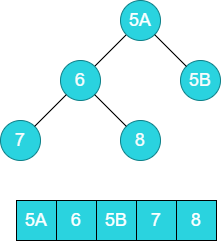
The draw.io diagram blog/datastructure_algorithm/heapsort-stable/heapsort-stable1.png in zgjsxx/static-img-repo, before a commit. Source tidied: cells renumbered, new cells last; positions are measured from the earlier drawing's top-left corner, leaving out a move shared by most shapes. Its diagram source:
```xml
<mxGraphModel>
  <root>
    <mxCell id="0" />
    <mxCell id="1" parent="0" />
    <mxCell id="2" style="rounded=0;jettySize=auto;html=1;exitX=0;exitY=1;exitDx=0;exitDy=0;entryX=1;entryY=0;entryDx=0;entryDy=0;endArrow=none;endFill=0;fillColor=#b0e3e6;strokeColor=#000000;fontColor=#fcfcfc;" parent="1" edge="1" source="3" target="4">
      <mxGeometry relative="1" as="geometry" />
    </mxCell>
    <mxCell id="3" value="&lt;font style=&quot;font-size: 18px;&quot;&gt;5A&lt;/font&gt;" style="ellipse;whiteSpace=wrap;html=1;fillColor=#2ad3df;strokeColor=#0e8088;fontColor=#ffffff;" parent="1" vertex="1">
      <mxGeometry x="120" width="40" height="40" as="geometry" />
    </mxCell>
    <mxCell id="4" value="&lt;font style=&quot;font-size: 18px;&quot;&gt;6&lt;/font&gt;" style="ellipse;whiteSpace=wrap;html=1;fillColor=#2AD3DF;strokeColor=#0e8088;fontColor=#fcfcfc;" parent="1" vertex="1">
      <mxGeometry x="60" y="60" width="40" height="40" as="geometry" />
    </mxCell>
    <mxCell id="5" value="&lt;font style=&quot;font-size: 18px;&quot;&gt;5B&lt;/font&gt;" style="ellipse;whiteSpace=wrap;html=1;fillColor=#2AD3DF;strokeColor=#0e8088;fontColor=#fcfcfc;" parent="1" vertex="1">
      <mxGeometry x="180" y="60" width="40" height="40" as="geometry" />
    </mxCell>
    <mxCell id="6" value="&lt;font style=&quot;font-size: 18px;&quot;&gt;7&lt;/font&gt;" style="ellipse;whiteSpace=wrap;html=1;fillColor=#2AD3DF;strokeColor=#0e8088;fontColor=#fcfcfc;" parent="1" vertex="1">
      <mxGeometry y="120" width="40" height="40" as="geometry" />
    </mxCell>
    <mxCell id="7" value="&lt;font style=&quot;font-size: 18px;&quot;&gt;8&lt;/font&gt;" style="ellipse;whiteSpace=wrap;html=1;fillColor=#2AD3DF;strokeColor=#0e8088;fontColor=#fcfcfc;" parent="1" vertex="1">
      <mxGeometry x="120" y="120" width="40" height="40" as="geometry" />
    </mxCell>
    <mxCell id="8" style="rounded=0;jettySize=auto;html=1;exitX=1;exitY=1;exitDx=0;exitDy=0;endArrow=none;endFill=0;fillColor=#b0e3e6;strokeColor=#000000;fontColor=#fcfcfc;" parent="1" edge="1" source="3">
      <mxGeometry relative="1" as="geometry">
        <mxPoint x="186" y="66" as="targetPoint" />
      </mxGeometry>
    </mxCell>
    <mxCell id="9" style="rounded=0;jettySize=auto;html=1;exitX=0;exitY=1;exitDx=0;exitDy=0;entryX=1;entryY=0;entryDx=0;entryDy=0;endArrow=none;endFill=0;fillColor=#b0e3e6;strokeColor=#000000;fontColor=#fcfcfc;" parent="1" edge="1" source="4" target="6">
      <mxGeometry relative="1" as="geometry" />
    </mxCell>
    <mxCell id="10" style="rounded=0;jettySize=auto;html=1;exitX=0;exitY=0;exitDx=0;exitDy=0;entryX=1;entryY=1;entryDx=0;entryDy=0;endArrow=none;endFill=0;fillColor=#b0e3e6;strokeColor=#000000;fontColor=#fcfcfc;" parent="1" edge="1" source="7" target="4">
      <mxGeometry relative="1" as="geometry" />
    </mxCell>
    <mxCell id="11" value="&lt;font style=&quot;font-size: 18px;&quot;&gt;5A&lt;/font&gt;" style="rounded=0;whiteSpace=wrap;html=1;fillColor=#2AD3DF;fontColor=#FFFFFF;" parent="1" vertex="1">
      <mxGeometry x="16" y="200" width="40" height="40" as="geometry" />
    </mxCell>
    <mxCell id="12" value="&lt;font style=&quot;font-size: 18px;&quot;&gt;6&lt;/font&gt;" style="rounded=0;whiteSpace=wrap;html=1;fillColor=#2AD3DF;fontColor=#FFFFFF;" parent="1" vertex="1">
      <mxGeometry x="56" y="200" width="40" height="40" as="geometry" />
    </mxCell>
    <mxCell id="13" value="&lt;font style=&quot;font-size: 18px;&quot;&gt;5B&lt;/font&gt;" style="rounded=0;whiteSpace=wrap;html=1;fillColor=#2AD3DF;fontColor=#FFFFFF;" parent="1" vertex="1">
      <mxGeometry x="96" y="200" width="40" height="40" as="geometry" />
    </mxCell>
    <mxCell id="14" value="&lt;font style=&quot;font-size: 18px;&quot;&gt;7&lt;/font&gt;" style="rounded=0;whiteSpace=wrap;html=1;fillColor=#2AD3DF;fontColor=#FFFFFF;" parent="1" vertex="1">
      <mxGeometry x="136" y="200" width="40" height="40" as="geometry" />
    </mxCell>
    <mxCell id="15" value="&lt;font style=&quot;font-size: 18px;&quot;&gt;8&lt;/font&gt;" style="rounded=0;whiteSpace=wrap;html=1;fillColor=#2AD3DF;fontColor=#FFFFFF;" parent="1" vertex="1">
      <mxGeometry x="176" y="200" width="40" height="40" as="geometry" />
    </mxCell>
  </root>
</mxGraphModel>
```
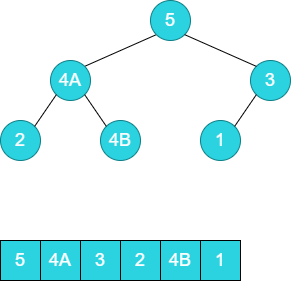
The same file after the commit.

What changed in the source:
```diff
@@ -5,25 +5,23 @@
     <mxCell id="2" style="rounded=0;jettySize=auto;html=1;exitX=0;exitY=1;exitDx=0;exitDy=0;entryX=1;entryY=0;entryDx=0;entryDy=0;endArrow=none;endFill=0;fillColor=#b0e3e6;strokeColor=#000000;fontColor=#fcfcfc;" parent="1" edge="1" source="3" target="4">
       <mxGeometry relative="1" as="geometry" />
     </mxCell>
-    <mxCell id="3" value="&lt;font style=&quot;font-size: 18px;&quot;&gt;5A&lt;/font&gt;" style="ellipse;whiteSpace=wrap;html=1;fillColor=#2ad3df;strokeColor=#0e8088;fontColor=#ffffff;" parent="1" vertex="1">
+    <mxCell id="3" value="&lt;font style=&quot;font-size: 18px;&quot;&gt;5&lt;/font&gt;" style="ellipse;whiteSpace=wrap;html=1;fillColor=#2ad3df;strokeColor=#0e8088;fontColor=#ffffff;" parent="1" vertex="1">
       <mxGeometry x="120" width="40" height="40" as="geometry" />
     </mxCell>
-    <mxCell id="4" value="&lt;font style=&quot;font-size: 18px;&quot;&gt;6&lt;/font&gt;" style="ellipse;whiteSpace=wrap;html=1;fillColor=#2AD3DF;strokeColor=#0e8088;fontColor=#fcfcfc;" parent="1" vertex="1">
-      <mxGeometry x="60" y="60" width="40" height="40" as="geometry" />
+    <mxCell id="4" value="&lt;font style=&quot;font-size: 18px;&quot;&gt;4A&lt;/font&gt;" style="ellipse;whiteSpace=wrap;html=1;fillColor=#2AD3DF;strokeColor=#0e8088;fontColor=#fcfcfc;" parent="1" vertex="1">
+      <mxGeometry x="20" y="60" width="40" height="40" as="geometry" />
     </mxCell>
-    <mxCell id="5" value="&lt;font style=&quot;font-size: 18px;&quot;&gt;5B&lt;/font&gt;" style="ellipse;whiteSpace=wrap;html=1;fillColor=#2AD3DF;strokeColor=#0e8088;fontColor=#fcfcfc;" parent="1" vertex="1">
-      <mxGeometry x="180" y="60" width="40" height="40" as="geometry" />
+    <mxCell id="5" value="&lt;font style=&quot;font-size: 18px;&quot;&gt;3&lt;/font&gt;" style="ellipse;whiteSpace=wrap;html=1;fillColor=#2AD3DF;strokeColor=#0e8088;fontColor=#fcfcfc;" parent="1" vertex="1">
+      <mxGeometry x="220" y="60" width="40" height="40" as="geometry" />
     </mxCell>
-    <mxCell id="6" value="&lt;font style=&quot;font-size: 18px;&quot;&gt;7&lt;/font&gt;" style="ellipse;whiteSpace=wrap;html=1;fillColor=#2AD3DF;strokeColor=#0e8088;fontColor=#fcfcfc;" parent="1" vertex="1">
-      <mxGeometry y="120" width="40" height="40" as="geometry" />
+    <mxCell id="6" value="&lt;font style=&quot;font-size: 18px;&quot;&gt;2&lt;/font&gt;" style="ellipse;whiteSpace=wrap;html=1;fillColor=#2AD3DF;strokeColor=#0e8088;fontColor=#fcfcfc;" parent="1" vertex="1">
+      <mxGeometry x="-30" y="120" width="40" height="40" as="geometry" />
     </mxCell>
-    <mxCell id="7" value="&lt;font style=&quot;font-size: 18px;&quot;&gt;8&lt;/font&gt;" style="ellipse;whiteSpace=wrap;html=1;fillColor=#2AD3DF;strokeColor=#0e8088;fontColor=#fcfcfc;" parent="1" vertex="1">
-      <mxGeometry x="120" y="120" width="40" height="40" as="geometry" />
+    <mxCell id="7" value="&lt;font style=&quot;font-size: 18px;&quot;&gt;4B&lt;/font&gt;" style="ellipse;whiteSpace=wrap;html=1;fillColor=#2AD3DF;strokeColor=#0e8088;fontColor=#fcfcfc;" parent="1" vertex="1">
+      <mxGeometry x="70" y="120" width="40" height="40" as="geometry" />
     </mxCell>
-    <mxCell id="8" style="rounded=0;jettySize=auto;html=1;exitX=1;exitY=1;exitDx=0;exitDy=0;endArrow=none;endFill=0;fillColor=#b0e3e6;strokeColor=#000000;fontColor=#fcfcfc;" parent="1" edge="1" source="3">
-      <mxGeometry relative="1" as="geometry">
-        <mxPoint x="186" y="66" as="targetPoint" />
-      </mxGeometry>
+    <mxCell id="8" style="rounded=0;jettySize=auto;html=1;exitX=1;exitY=1;exitDx=0;exitDy=0;endArrow=none;endFill=0;fillColor=#b0e3e6;strokeColor=#000000;fontColor=#fcfcfc;entryX=0;entryY=0;entryDx=0;entryDy=0;" parent="1" edge="1" source="3" target="5">
+      <mxGeometry relative="1" as="geometry" />
     </mxCell>
     <mxCell id="9" style="rounded=0;jettySize=auto;html=1;exitX=0;exitY=1;exitDx=0;exitDy=0;entryX=1;entryY=0;entryDx=0;entryDy=0;endArrow=none;endFill=0;fillColor=#b0e3e6;strokeColor=#000000;fontColor=#fcfcfc;" parent="1" edge="1" source="4" target="6">
       <mxGeometry relative="1" as="geometry" />
@@ -31,20 +29,29 @@
     <mxCell id="10" style="rounded=0;jettySize=auto;html=1;exitX=0;exitY=0;exitDx=0;exitDy=0;entryX=1;entryY=1;entryDx=0;entryDy=0;endArrow=none;endFill=0;fillColor=#b0e3e6;strokeColor=#000000;fontColor=#fcfcfc;" parent="1" edge="1" source="7" target="4">
       <mxGeometry relative="1" as="geometry" />
     </mxCell>
-    <mxCell id="11" value="&lt;font style=&quot;font-size: 18px;&quot;&gt;5A&lt;/font&gt;" style="rounded=0;whiteSpace=wrap;html=1;fillColor=#2AD3DF;fontColor=#FFFFFF;" parent="1" vertex="1">
-      <mxGeometry x="16" y="200" width="40" height="40" as="geometry" />
+    <mxCell id="11" value="&lt;font style=&quot;font-size: 18px;&quot;&gt;5&lt;/font&gt;" style="rounded=0;whiteSpace=wrap;html=1;fillColor=#2AD3DF;fontColor=#FFFFFF;" parent="1" vertex="1">
+      <mxGeometry x="-30" y="240" width="40" height="40" as="geometry" />
     </mxCell>
-    <mxCell id="12" value="&lt;font style=&quot;font-size: 18px;&quot;&gt;6&lt;/font&gt;" style="rounded=0;whiteSpace=wrap;html=1;fillColor=#2AD3DF;fontColor=#FFFFFF;" parent="1" vertex="1">
-      <mxGeometry x="56" y="200" width="40" height="40" as="geometry" />
+    <mxCell id="12" value="&lt;font style=&quot;font-size: 18px;&quot;&gt;4A&lt;/font&gt;" style="rounded=0;whiteSpace=wrap;html=1;fillColor=#2AD3DF;fontColor=#FFFFFF;" parent="1" vertex="1">
+      <mxGeometry x="10" y="240" width="40" height="40" as="geometry" />
     </mxCell>
-    <mxCell id="13" value="&lt;font style=&quot;font-size: 18px;&quot;&gt;5B&lt;/font&gt;" style="rounded=0;whiteSpace=wrap;html=1;fillColor=#2AD3DF;fontColor=#FFFFFF;" parent="1" vertex="1">
-      <mxGeometry x="96" y="200" width="40" height="40" as="geometry" />
+    <mxCell id="13" value="&lt;font style=&quot;font-size: 18px;&quot;&gt;3&lt;/font&gt;" style="rounded=0;whiteSpace=wrap;html=1;fillColor=#2AD3DF;fontColor=#FFFFFF;" parent="1" vertex="1">
+      <mxGeometry x="50" y="240" width="40" height="40" as="geometry" />
     </mxCell>
-    <mxCell id="14" value="&lt;font style=&quot;font-size: 18px;&quot;&gt;7&lt;/font&gt;" style="rounded=0;whiteSpace=wrap;html=1;fillColor=#2AD3DF;fontColor=#FFFFFF;" parent="1" vertex="1">
-      <mxGeometry x="136" y="200" width="40" height="40" as="geometry" />
+    <mxCell id="14" value="&lt;font style=&quot;font-size: 18px;&quot;&gt;2&lt;/font&gt;" style="rounded=0;whiteSpace=wrap;html=1;fillColor=#2AD3DF;fontColor=#FFFFFF;" parent="1" vertex="1">
+      <mxGeometry x="90" y="240" width="40" height="40" as="geometry" />
     </mxCell>
-    <mxCell id="15" value="&lt;font style=&quot;font-size: 18px;&quot;&gt;8&lt;/font&gt;" style="rounded=0;whiteSpace=wrap;html=1;fillColor=#2AD3DF;fontColor=#FFFFFF;" parent="1" vertex="1">
-      <mxGeometry x="176" y="200" width="40" height="40" as="geometry" />
+    <mxCell id="15" value="&lt;font style=&quot;font-size: 18px;&quot;&gt;4B&lt;/font&gt;" style="rounded=0;whiteSpace=wrap;html=1;fillColor=#2AD3DF;fontColor=#FFFFFF;" parent="1" vertex="1">
+      <mxGeometry x="130" y="240" width="40" height="40" as="geometry" />
     </mxCell>
+    <mxCell id="16" value="&lt;font style=&quot;font-size: 18px;&quot;&gt;1&lt;/font&gt;" style="ellipse;whiteSpace=wrap;html=1;fillColor=#2AD3DF;strokeColor=#0e8088;fontColor=#fcfcfc;" parent="1" vertex="1">
+      <mxGeometry x="170" y="120" width="40" height="40" as="geometry" />
+    </mxCell>
+    <mxCell id="17" style="rounded=0;jettySize=auto;html=1;exitX=1;exitY=0;exitDx=0;exitDy=0;entryX=0;entryY=1;entryDx=0;entryDy=0;endArrow=none;endFill=0;fillColor=#b0e3e6;strokeColor=#000000;fontColor=#fcfcfc;" parent="1" edge="1" source="16" target="5">
+      <mxGeometry relative="1" as="geometry" />
+    </mxCell>
+    <mxCell id="18" value="&lt;font style=&quot;font-size: 18px;&quot;&gt;1&lt;/font&gt;" style="rounded=0;whiteSpace=wrap;html=1;fillColor=#2AD3DF;fontColor=#FFFFFF;" parent="1" vertex="1">
+      <mxGeometry x="170" y="240" width="40" height="40" as="geometry" />
+    </mxCell>
   </root>
 </mxGraphModel>
```
